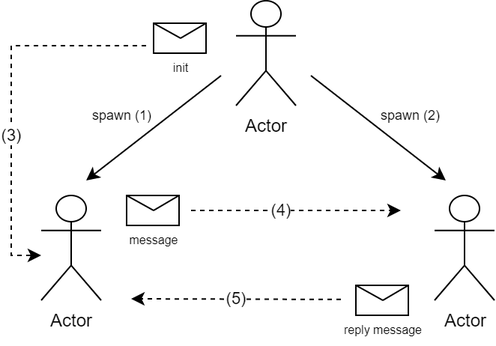
Before: documentation/fyp-report/resources/actors.png, a diagram exported from draw.io (Android2771/actors-fyp). Source tidied: cells renumbered, new cells last; positions are measured from the earlier drawing's top-left corner, leaving out a move shared by most shapes.
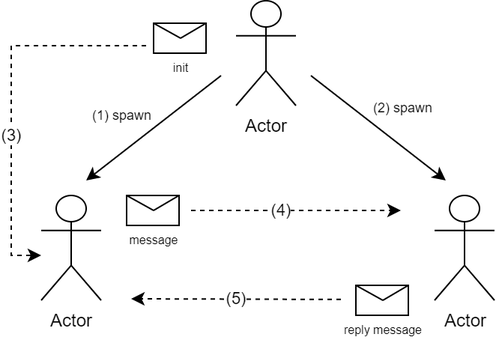
The same file after the commit.

Change to the diagram source:
```diff
@@ -24,13 +24,13 @@
     <mxCell id="7" value="Actor" style="shape=umlActor;verticalLabelPosition=bottom;verticalAlign=top;html=1;" parent="1" vertex="1">
       <mxGeometry x="20" y="130" width="40" height="70" as="geometry" />
     </mxCell>
-    <mxCell id="8" value="&lt;font style=&quot;font-size: 9px&quot;&gt;spawn (2)&lt;/font&gt;" style="endArrow=classic;html=1;rounded=0;labelPosition=right;verticalLabelPosition=top;align=left;verticalAlign=bottom;" parent="1" edge="1">
-      <mxGeometry relative="1" as="geometry">
+    <mxCell id="8" value="&lt;font style=&quot;font-size: 9px&quot;&gt;(2) spawn&lt;/font&gt;" style="endArrow=classic;html=1;rounded=0;labelPosition=right;verticalLabelPosition=top;align=left;verticalAlign=bottom;" parent="1" edge="1">
+      <mxGeometry x="-0.12" y="1" relative="1" as="geometry">
         <mxPoint x="200" y="50" as="sourcePoint" />
         <mxPoint x="290" y="120" as="targetPoint" />
       </mxGeometry>
     </mxCell>
-    <mxCell id="9" value="&lt;font style=&quot;font-size: 9px&quot;&gt;spawn (1)&lt;/font&gt;" style="endArrow=classic;html=1;rounded=0;labelPosition=left;verticalLabelPosition=top;align=right;verticalAlign=bottom;" parent="1" edge="1">
+    <mxCell id="9" value="&lt;font style=&quot;font-size: 9px&quot;&gt;(1) spawn&lt;/font&gt;" style="endArrow=classic;html=1;rounded=0;labelPosition=left;verticalLabelPosition=top;align=right;verticalAlign=bottom;" parent="1" edge="1">
       <mxGeometry relative="1" as="geometry">
         <mxPoint x="140" y="50" as="sourcePoint" />
         <mxPoint x="50" y="120" as="targetPoint" />
```
